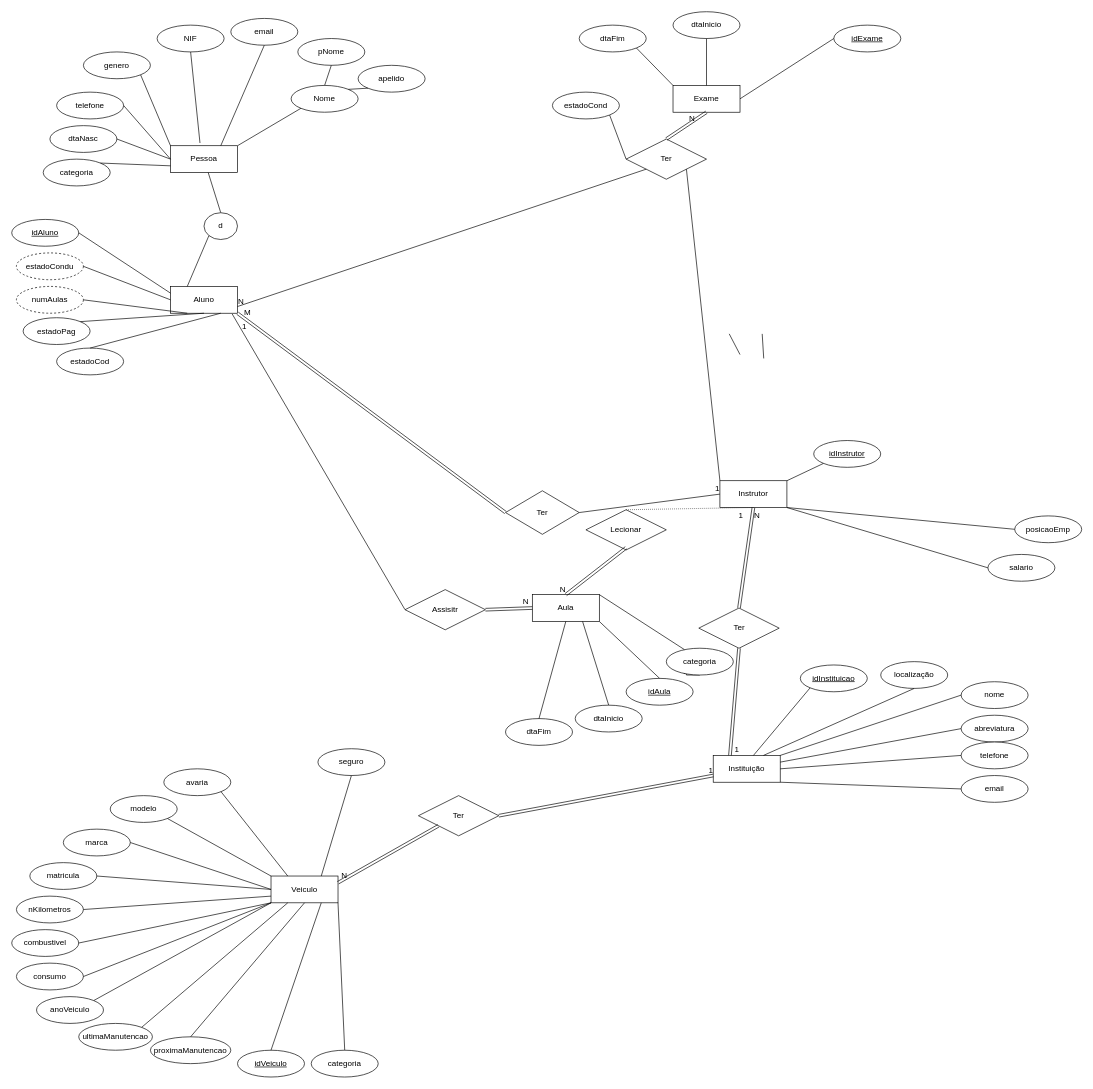
This is IPLDrive.drawio from MarcoPadeiroIPL/ProjetoBD, a draw.io file, before an edit. Source tidied: cells renumbered, new cells numbered last; positions are measured from the earlier drawing's top-left corner, leaving out a move shared by most shapes. Both pictures are drawn from the tidied source at 67%, with x=0, y=0 at pixel (11, 11).
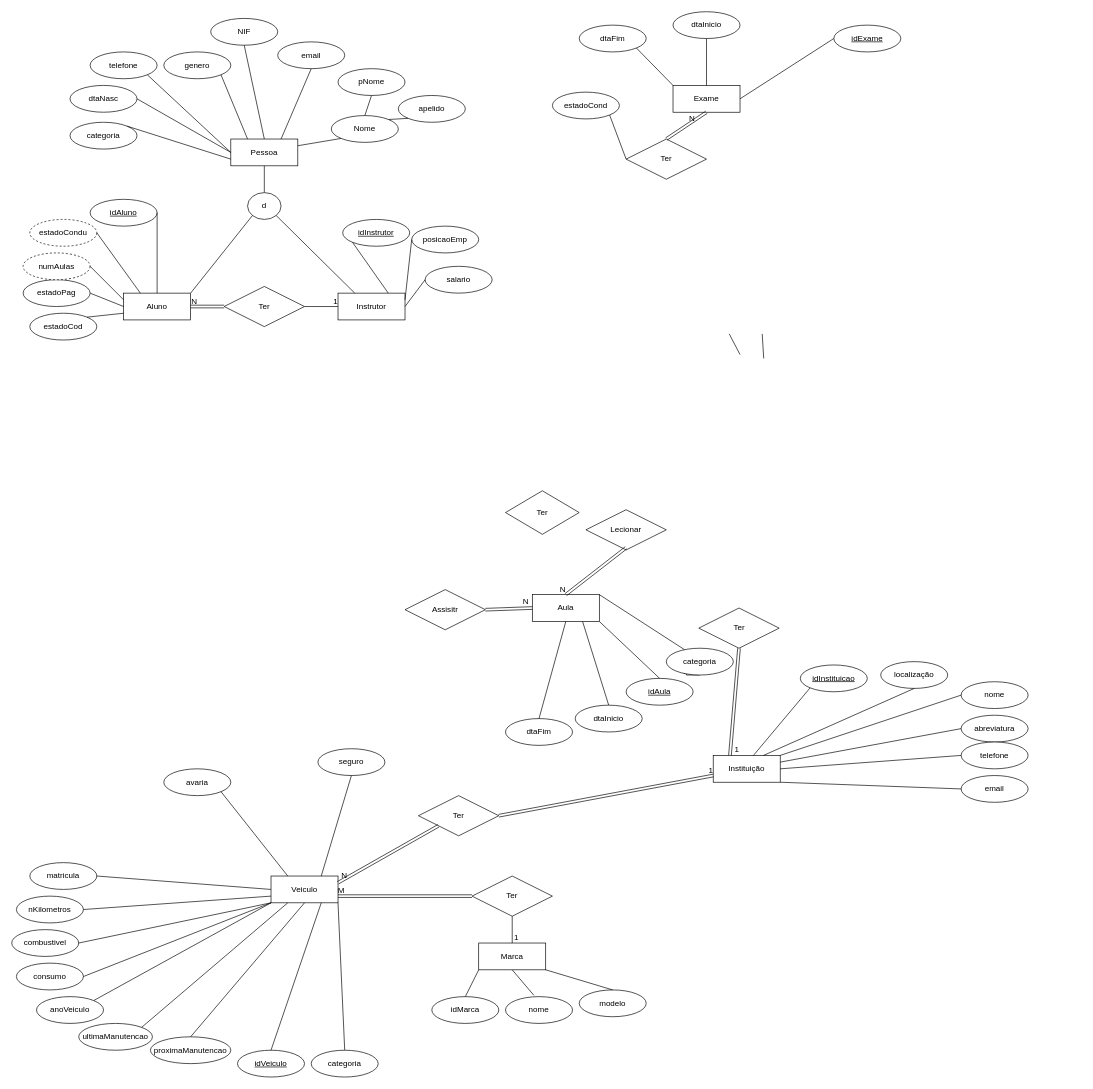
The same diagram, later.

Commit message:
pequenas alteracoes ao desenho

The change refers to these unchanged cells:
```xml
<mxCell id="4" value="Veiculo" style="whiteSpace=wrap;html=1;align=center;" parent="1" vertex="1">
  <mxGeometry x="387" y="1290" width="100" height="40" as="geometry" />
</mxCell>
<mxCell id="16" value="Ter" style="shape=rhombus;perimeter=rhombusPerimeter;whiteSpace=wrap;html=1;align=center;" parent="1" vertex="1">
  <mxGeometry x="737" y="715" width="110" height="65" as="geometry" />
</mxCell>
<mxCell id="57" value="Lecionar" style="shape=rhombus;perimeter=rhombusPerimeter;whiteSpace=wrap;html=1;align=center;" parent="1" vertex="1">
  <mxGeometry x="857" y="743.3" width="120" height="60" as="geometry" />
</mxCell>
<mxCell id="72" value="Ter" style="shape=rhombus;perimeter=rhombusPerimeter;whiteSpace=wrap;html=1;align=center;" parent="1" vertex="1">
  <mxGeometry x="1025.5" y="890" width="120" height="60" as="geometry" />
</mxCell>
<mxCell id="91" value="Ter" style="shape=rhombus;perimeter=rhombusPerimeter;whiteSpace=wrap;html=1;align=center;" parent="1" vertex="1">
  <mxGeometry x="917" y="190" width="120" height="60" as="geometry" />
</mxCell>
<mxCell id="92" style="shape=link;html=1;rounded=0;exitX=0.5;exitY=1;exitDx=0;exitDy=0;entryX=0.5;entryY=0;entryDx=0;entryDy=0;" parent="1" edge="1" source="80" target="91">
  <mxGeometry relative="1" as="geometry" />
</mxCell>
<mxCell id="104" value="Assisitr" style="shape=rhombus;perimeter=rhombusPerimeter;whiteSpace=wrap;html=1;align=center;" parent="1" vertex="1">
  <mxGeometry x="587" y="862.5" width="120" height="60" as="geometry" />
</mxCell>
```

The edit, as a diff of the source:
```diff
@@
     <mxCell id="2" value="Aluno" style="whiteSpace=wrap;html=1;align=center;" parent="1" vertex="1">
-      <mxGeometry x="237" y="410" width="100" height="40" as="geometry" />
+      <mxGeometry x="167" y="420" width="100" height="40" as="geometry" />
     </mxCell>
     <mxCell id="3" value="Instrutor" style="whiteSpace=wrap;html=1;align=center;" parent="1" vertex="1">
-      <mxGeometry x="1057" y="700" width="100" height="40" as="geometry" />
+      <mxGeometry x="487" y="420" width="100" height="40" as="geometry" />
     </mxCell>
@@
     <mxCell id="6" value="idAluno" style="ellipse;whiteSpace=wrap;html=1;align=center;fontStyle=4;" parent="1" vertex="1">
-      <mxGeometry y="310" width="100" height="40" as="geometry" />
+      <mxGeometry x="117" y="280" width="100" height="40" as="geometry" />
     </mxCell>
-    <mxCell id="7" style="endArrow=none;html=1;rounded=0;entryX=0;entryY=0.25;entryDx=0;entryDy=0;exitX=1;exitY=0.5;exitDx=0;exitDy=0;" parent="1" edge="1" source="6" target="2">
+    <mxCell id="7" style="endArrow=none;html=1;rounded=0;entryX=0.5;entryY=0;entryDx=0;entryDy=0;exitX=1;exitY=0.5;exitDx=0;exitDy=0;" parent="1" edge="1" source="6" target="2">
       <mxGeometry relative="1" as="geometry" />
     </mxCell>
     <mxCell id="8" value="estadoCod" style="ellipse;whiteSpace=wrap;html=1;align=center;" parent="1" vertex="1">
-      <mxGeometry x="67" y="502" width="100" height="40" as="geometry" />
+      <mxGeometry x="27" y="450" width="100" height="40" as="geometry" />
     </mxCell>
     <mxCell id="9" value="estadoPag" style="ellipse;whiteSpace=wrap;html=1;align=center;" parent="1" vertex="1">
-      <mxGeometry x="17" y="456.7" width="100" height="40" as="geometry" />
+      <mxGeometry x="17" y="400" width="100" height="40" as="geometry" />
     </mxCell>
     <mxCell id="10" value="numAulas" style="ellipse;whiteSpace=wrap;html=1;align=center;dashed=1;" parent="1" vertex="1">
-      <mxGeometry x="7" y="410" width="100" height="40" as="geometry" />
+      <mxGeometry x="17" y="360" width="100" height="40" as="geometry" />
     </mxCell>
-    <mxCell id="11" style="endArrow=none;html=1;rounded=0;exitX=1;exitY=0.5;exitDx=0;exitDy=0;entryX=0.25;entryY=1;entryDx=0;entryDy=0;" parent="1" edge="1" source="10" target="2">
+    <mxCell id="11" style="endArrow=none;html=1;rounded=0;exitX=1;exitY=0.5;exitDx=0;exitDy=0;entryX=0;entryY=0.25;entryDx=0;entryDy=0;" parent="1" edge="1" source="10" target="2">
       <mxGeometry relative="1" as="geometry" />
     </mxCell>
-    <mxCell id="12" style="endArrow=none;html=1;rounded=0;exitX=1;exitY=0;exitDx=0;exitDy=0;entryX=0.5;entryY=1;entryDx=0;entryDy=0;" parent="1" edge="1" source="9" target="2">
+    <mxCell id="12" style="endArrow=none;html=1;rounded=0;exitX=1;exitY=0.5;exitDx=0;exitDy=0;entryX=0;entryY=0.5;entryDx=0;entryDy=0;" parent="1" edge="1" source="9" target="2">
       <mxGeometry relative="1" as="geometry" />
     </mxCell>
-    <mxCell id="13" style="endArrow=none;html=1;rounded=0;exitX=0.75;exitY=1;exitDx=0;exitDy=0;entryX=0.5;entryY=0;entryDx=0;entryDy=0;" parent="1" edge="1" source="2" target="8">
+    <mxCell id="13" style="endArrow=none;html=1;rounded=0;exitX=0;exitY=0.75;exitDx=0;exitDy=0;entryX=1;entryY=0;entryDx=0;entryDy=0;" parent="1" edge="1" source="2" target="8">
       <mxGeometry relative="1" as="geometry" />
     </mxCell>
@@
-    <mxCell id="17" style="shape=link;html=1;rounded=0;exitX=1;exitY=1;exitDx=0;exitDy=0;entryX=0;entryY=0.5;entryDx=0;entryDy=0;" parent="1" edge="1" source="2" target="16">
-      <mxGeometry relative="1" as="geometry" />
-    </mxCell>
-    <mxCell id="18" value="N" style="html=1;align=right;verticalAlign=bottom;" parent="17" vertex="1">
-      <mxGeometry x="1" relative="1" as="geometry">
-        <mxPoint x="-390" y="-308" as="offset" />
-      </mxGeometry>
-    </mxCell>
-    <mxCell id="19" style="endArrow=none;html=1;rounded=0;entryX=0;entryY=0.5;entryDx=0;entryDy=0;exitX=1;exitY=0.5;exitDx=0;exitDy=0;" parent="1" edge="1" source="16" target="3">
-      <mxGeometry relative="1" as="geometry" />
-    </mxCell>
-    <mxCell id="20" value="1" style="html=1;align=right;verticalAlign=bottom;" parent="19" vertex="1">
-      <mxGeometry x="1" relative="1" as="geometry" />
-    </mxCell>
     <mxCell id="21" value="salario" style="ellipse;whiteSpace=wrap;html=1;align=center;" parent="1" vertex="1">
-      <mxGeometry x="1457" y="810" width="100" height="40" as="geometry" />
+      <mxGeometry x="617" y="380" width="100" height="40" as="geometry" />
     </mxCell>
     <mxCell id="22" value="posicaoEmp" style="ellipse;whiteSpace=wrap;html=1;align=center;" parent="1" vertex="1">
-      <mxGeometry x="1497" y="752.5" width="100" height="40" as="geometry" />
+      <mxGeometry x="597" y="320" width="100" height="40" as="geometry" />
     </mxCell>
     <mxCell id="23" value="idInstrutor" style="ellipse;whiteSpace=wrap;html=1;align=center;fontStyle=4;" parent="1" vertex="1">
-      <mxGeometry x="1197" y="640" width="100" height="40" as="geometry" />
+      <mxGeometry x="494" y="310" width="100" height="40" as="geometry" />
     </mxCell>
-    <mxCell id="24" style="endArrow=none;html=1;rounded=0;exitX=1;exitY=0;exitDx=0;exitDy=0;entryX=0;entryY=1;entryDx=0;entryDy=0;" parent="1" edge="1" source="3" target="23">
+    <mxCell id="24" style="endArrow=none;html=1;rounded=0;exitX=0.75;exitY=0;exitDx=0;exitDy=0;entryX=0;entryY=1;entryDx=0;entryDy=0;" parent="1" edge="1" source="3" target="23">
       <mxGeometry relative="1" as="geometry" />
     </mxCell>
-    <mxCell id="25" style="endArrow=none;html=1;rounded=0;exitX=1;exitY=1;exitDx=0;exitDy=0;entryX=0;entryY=0.5;entryDx=0;entryDy=0;" parent="1" edge="1" source="3" target="22">
+    <mxCell id="25" style="endArrow=none;html=1;rounded=0;exitX=1;exitY=0.25;exitDx=0;exitDy=0;entryX=0;entryY=0.5;entryDx=0;entryDy=0;" parent="1" edge="1" source="3" target="22">
       <mxGeometry relative="1" as="geometry" />
     </mxCell>
-    <mxCell id="26" style="endArrow=none;html=1;rounded=0;exitX=1;exitY=1;exitDx=0;exitDy=0;entryX=0;entryY=0.5;entryDx=0;entryDy=0;" parent="1" edge="1" source="3" target="21">
+    <mxCell id="26" style="endArrow=none;html=1;rounded=0;exitX=1;exitY=0.5;exitDx=0;exitDy=0;entryX=0;entryY=0.5;entryDx=0;entryDy=0;" parent="1" edge="1" source="3" target="21">
       <mxGeometry relative="1" as="geometry" />
     </mxCell>
@@
-    <mxCell id="28" value="marca" style="ellipse;whiteSpace=wrap;html=1;align=center;" parent="1" vertex="1">
-      <mxGeometry x="77" y="1220" width="100" height="40" as="geometry" />
-    </mxCell>
-    <mxCell id="29" value="modelo" style="ellipse;whiteSpace=wrap;html=1;align=center;" parent="1" vertex="1">
-      <mxGeometry x="147" y="1170" width="100" height="40" as="geometry" />
-    </mxCell>
@@
-    <mxCell id="45" style="endArrow=none;html=1;rounded=0;exitX=1;exitY=1;exitDx=0;exitDy=0;entryX=0;entryY=0;entryDx=0;entryDy=0;" parent="1" edge="1" source="29" target="4">
-      <mxGeometry relative="1" as="geometry" />
-    </mxCell>
-    <mxCell id="46" style="endArrow=none;html=1;rounded=0;exitX=1;exitY=0.5;exitDx=0;exitDy=0;entryX=0;entryY=0.5;entryDx=0;entryDy=0;" parent="1" edge="1" source="28" target="4">
-      <mxGeometry relative="1" as="geometry" />
-    </mxCell>
@@
-    <mxCell id="60" style="endArrow=none;html=1;rounded=0;dashed=1;dashPattern=1 2;exitX=0.5;exitY=0;exitDx=0;exitDy=0;entryX=0.5;entryY=1;entryDx=0;entryDy=0;" parent="1" edge="1" source="57" target="3">
-      <mxGeometry relative="1" as="geometry" />
-    </mxCell>
-    <mxCell id="61" value="N" style="html=1;align=right;verticalAlign=bottom;" parent="60" vertex="1">
-      <mxGeometry x="1" relative="1" as="geometry">
-        <mxPoint x="10" y="20" as="offset" />
-      </mxGeometry>
-    </mxCell>
@@
-    <mxCell id="73" style="shape=link;html=1;rounded=0;exitX=0.5;exitY=1;exitDx=0;exitDy=0;entryX=0.5;entryY=0;entryDx=0;entryDy=0;" parent="1" edge="1" source="3" target="72">
-      <mxGeometry relative="1" as="geometry" />
-    </mxCell>
@@
-    <mxCell id="93" value="M" style="html=1;align=right;verticalAlign=bottom;" parent="92" vertex="1">
-      <mxGeometry x="1" relative="1" as="geometry">
-        <mxPoint x="-620" y="267" as="offset" />
-      </mxGeometry>
-    </mxCell>
-    <mxCell id="94" style="endArrow=none;html=1;rounded=0;entryX=0;entryY=1;entryDx=0;entryDy=0;exitX=1;exitY=0.75;exitDx=0;exitDy=0;" parent="1" edge="1" source="2" target="91">
-      <mxGeometry relative="1" as="geometry" />
-    </mxCell>
-    <mxCell id="95" style="endArrow=none;html=1;rounded=0;exitX=1;exitY=1;exitDx=0;exitDy=0;entryX=0;entryY=0;entryDx=0;entryDy=0;" parent="1" edge="1" source="91" target="3">
-      <mxGeometry relative="1" as="geometry" />
-    </mxCell>
@@
-    <mxCell id="101" value="1" style="html=1;align=right;verticalAlign=bottom;" parent="1" vertex="1">
-      <mxGeometry x="1127.1" y="772.5" as="geometry">
-        <mxPoint x="-35" y="-13" as="offset" />
-      </mxGeometry>
-    </mxCell>
@@
-    <mxCell id="103" style="endArrow=none;html=1;rounded=0;exitX=0.92;exitY=1.025;exitDx=0;exitDy=0;entryX=0;entryY=0.5;entryDx=0;entryDy=0;exitPerimeter=0;" parent="1" edge="1" source="2" target="104">
-      <mxGeometry relative="1" as="geometry" />
-    </mxCell>
@@
-    <mxCell id="107" value="1" style="html=1;align=right;verticalAlign=bottom;" parent="1" vertex="1">
-      <mxGeometry x="367" y="471.7" as="geometry">
-        <mxPoint x="-16" y="6" as="offset" />
-      </mxGeometry>
-    </mxCell>
     <mxCell id="108" value="estadoCondu" style="ellipse;whiteSpace=wrap;html=1;align=center;dashed=1;" parent="1" vertex="1">
-      <mxGeometry x="7" y="360" width="100" height="40" as="geometry" />
+      <mxGeometry x="27" y="310" width="100" height="40" as="geometry" />
     </mxCell>
-    <mxCell id="109" style="endArrow=none;html=1;rounded=0;exitX=1;exitY=0.5;exitDx=0;exitDy=0;entryX=0;entryY=0.5;entryDx=0;entryDy=0;" parent="1" edge="1" source="108" target="2">
+    <mxCell id="109" style="endArrow=none;html=1;rounded=0;exitX=1;exitY=0.5;exitDx=0;exitDy=0;entryX=0.25;entryY=0;entryDx=0;entryDy=0;" parent="1" edge="1" source="108" target="2">
       <mxGeometry relative="1" as="geometry" />
     </mxCell>
@@
     <mxCell id="112" value="Pessoa" style="whiteSpace=wrap;html=1;align=center;" parent="1" vertex="1">
-      <mxGeometry x="237" y="200" width="100" height="40" as="geometry" />
+      <mxGeometry x="327" y="190" width="100" height="40" as="geometry" />
     </mxCell>
     <mxCell id="113" value="Nome" style="ellipse;whiteSpace=wrap;html=1;align=center;" parent="1" vertex="1">
-      <mxGeometry x="417" y="110" width="100" height="40" as="geometry" />
+      <mxGeometry x="477" y="155" width="100" height="40" as="geometry" />
     </mxCell>
     <mxCell id="114" value="pNome" style="ellipse;whiteSpace=wrap;html=1;align=center;" parent="1" vertex="1">
-      <mxGeometry x="427" y="40" width="100" height="40" as="geometry" />
+      <mxGeometry x="487" y="85" width="100" height="40" as="geometry" />
     </mxCell>
     <mxCell id="115" value="apelido" style="ellipse;whiteSpace=wrap;html=1;align=center;" parent="1" vertex="1">
-      <mxGeometry x="517" y="80" width="100" height="40" as="geometry" />
+      <mxGeometry x="577" y="125" width="100" height="40" as="geometry" />
     </mxCell>
     <mxCell id="116" value="email" style="ellipse;whiteSpace=wrap;html=1;align=center;" parent="1" vertex="1">
-      <mxGeometry x="327" y="10" width="100" height="40" as="geometry" />
+      <mxGeometry x="397" y="45" width="100" height="40" as="geometry" />
     </mxCell>
     <mxCell id="117" value="NIF" style="ellipse;whiteSpace=wrap;html=1;align=center;" parent="1" vertex="1">
-      <mxGeometry x="217" y="20" width="100" height="40" as="geometry" />
+      <mxGeometry x="297" y="10" width="100" height="40" as="geometry" />
     </mxCell>
     <mxCell id="118" value="genero" style="ellipse;whiteSpace=wrap;html=1;align=center;" parent="1" vertex="1">
-      <mxGeometry x="107" y="60" width="100" height="40" as="geometry" />
+      <mxGeometry x="227" y="60" width="100" height="40" as="geometry" />
     </mxCell>
     <mxCell id="119" value="telefone" style="ellipse;whiteSpace=wrap;html=1;align=center;" parent="1" vertex="1">
-      <mxGeometry x="67" y="120" width="100" height="40" as="geometry" />
+      <mxGeometry x="117" y="60" width="100" height="40" as="geometry" />
     </mxCell>
     <mxCell id="120" value="dtaNasc" style="ellipse;whiteSpace=wrap;html=1;align=center;" parent="1" vertex="1">
-      <mxGeometry x="57" y="170" width="100" height="40" as="geometry" />
+      <mxGeometry x="87" y="110" width="100" height="40" as="geometry" />
     </mxCell>
     <mxCell id="121" value="categoria" style="ellipse;whiteSpace=wrap;html=1;align=center;" parent="1" vertex="1">
-      <mxGeometry x="47" y="220" width="100" height="40" as="geometry" />
+      <mxGeometry x="87" y="165" width="100" height="40" as="geometry" />
     </mxCell>
@@
-    <mxCell id="123" style="endArrow=none;html=1;rounded=0;exitX=0;exitY=1;exitDx=0;exitDy=0;entryX=1;entryY=0;entryDx=0;entryDy=0;" parent="1" edge="1" source="113" target="112">
+    <mxCell id="123" style="endArrow=none;html=1;rounded=0;exitX=0;exitY=1;exitDx=0;exitDy=0;entryX=1;entryY=0.25;entryDx=0;entryDy=0;" parent="1" edge="1" source="113" target="112">
       <mxGeometry relative="1" as="geometry" />
     </mxCell>
@@
-    <mxCell id="126" style="endArrow=none;html=1;rounded=0;exitX=0.5;exitY=1;exitDx=0;exitDy=0;entryX=0.44;entryY=-0.1;entryDx=0;entryDy=0;entryPerimeter=0;" parent="1" edge="1" source="117" target="112">
+    <mxCell id="126" style="endArrow=none;html=1;rounded=0;exitX=0.5;exitY=1;exitDx=0;exitDy=0;entryX=0.5;entryY=0;entryDx=0;entryDy=0;" parent="1" edge="1" source="117" target="112">
       <mxGeometry relative="1" as="geometry" />
     </mxCell>
-    <mxCell id="127" style="endArrow=none;html=1;rounded=0;exitX=1;exitY=1;exitDx=0;exitDy=0;" parent="1" edge="1" source="118">
-      <mxGeometry relative="1" as="geometry">
-        <mxPoint x="237" y="200" as="targetPoint" />
-      </mxGeometry>
+    <mxCell id="127" style="endArrow=none;html=1;rounded=0;exitX=1;exitY=1;exitDx=0;exitDy=0;entryX=0.25;entryY=0;entryDx=0;entryDy=0;" parent="1" edge="1" source="118" target="112">
+      <mxGeometry relative="1" as="geometry" />
     </mxCell>
-    <mxCell id="128" style="endArrow=none;html=1;rounded=0;exitX=1;exitY=0.5;exitDx=0;exitDy=0;entryX=0;entryY=0.5;entryDx=0;entryDy=0;" parent="1" edge="1" source="119" target="112">
+    <mxCell id="128" style="endArrow=none;html=1;rounded=0;exitX=1;exitY=1;exitDx=0;exitDy=0;entryX=0;entryY=0.5;entryDx=0;entryDy=0;" parent="1" edge="1" source="119" target="112">
       <mxGeometry relative="1" as="geometry" />
     </mxCell>
@@
     <mxCell id="132" value="d" style="ellipse;whiteSpace=wrap;html=1;align=center;" parent="1" vertex="1">
-      <mxGeometry x="287" y="300" width="50" height="40" as="geometry" />
+      <mxGeometry x="352" y="270" width="50" height="40" as="geometry" />
     </mxCell>
-    <mxCell id="133" style="endArrow=none;html=1;rounded=0;exitX=0;exitY=1;exitDx=0;exitDy=0;entryX=0.25;entryY=0;entryDx=0;entryDy=0;" parent="1" edge="1" source="132" target="2">
+    <mxCell id="133" style="endArrow=none;html=1;rounded=0;exitX=0;exitY=1;exitDx=0;exitDy=0;entryX=1;entryY=0;entryDx=0;entryDy=0;" parent="1" edge="1" source="132" target="2">
       <mxGeometry relative="1" as="geometry" />
     </mxCell>
+    <mxCell id="134" style="endArrow=none;html=1;rounded=0;exitX=1;exitY=1;exitDx=0;exitDy=0;entryX=0.25;entryY=0;entryDx=0;entryDy=0;" parent="1" edge="1" source="132" target="3">
+      <mxGeometry relative="1" as="geometry" />
+    </mxCell>
+    <mxCell id="135" value="Ter" style="shape=rhombus;perimeter=rhombusPerimeter;whiteSpace=wrap;html=1;align=center;" parent="1" vertex="1">
+      <mxGeometry x="317" y="410" width="120" height="60" as="geometry" />
+    </mxCell>
+    <mxCell id="136" style="endArrow=none;html=1;rounded=0;exitX=1;exitY=0.5;exitDx=0;exitDy=0;entryX=0;entryY=0.5;entryDx=0;entryDy=0;" parent="1" edge="1" source="135" target="3">
+      <mxGeometry relative="1" as="geometry" />
+    </mxCell>
+    <mxCell id="137" value="1" style="html=1;align=right;verticalAlign=bottom;" parent="136" vertex="1">
+      <mxGeometry x="1" relative="1" as="geometry" />
+    </mxCell>
+    <mxCell id="138" style="shape=link;html=1;rounded=0;entryX=1;entryY=0.5;entryDx=0;entryDy=0;exitX=0;exitY=0.5;exitDx=0;exitDy=0;" parent="1" edge="1" source="135" target="2">
+      <mxGeometry relative="1" as="geometry" />
+    </mxCell>
+    <mxCell id="139" value="N" style="html=1;align=right;verticalAlign=bottom;" parent="138" vertex="1">
+      <mxGeometry x="1" relative="1" as="geometry">
+        <mxPoint x="10" as="offset" />
+      </mxGeometry>
+    </mxCell>
+    <mxCell id="140" value="Marca" style="whiteSpace=wrap;html=1;align=center;" parent="1" vertex="1">
+      <mxGeometry x="697" y="1390" width="100" height="40" as="geometry" />
+    </mxCell>
+    <mxCell id="141" value="idMarca" style="ellipse;whiteSpace=wrap;html=1;align=center;" parent="1" vertex="1">
+      <mxGeometry x="627" y="1470" width="100" height="40" as="geometry" />
+    </mxCell>
+    <mxCell id="142" value="nome" style="ellipse;whiteSpace=wrap;html=1;align=center;" parent="1" vertex="1">
+      <mxGeometry x="737" y="1470" width="100" height="40" as="geometry" />
+    </mxCell>
+    <mxCell id="29" value="modelo" style="ellipse;whiteSpace=wrap;html=1;align=center;" parent="1" vertex="1">
+      <mxGeometry x="847" y="1460" width="100" height="40" as="geometry" />
+    </mxCell>
+    <mxCell id="143" style="endArrow=none;html=1;rounded=0;exitX=0.5;exitY=0;exitDx=0;exitDy=0;entryX=0;entryY=1;entryDx=0;entryDy=0;" parent="1" edge="1" source="141" target="140">
+      <mxGeometry relative="1" as="geometry" />
+    </mxCell>
+    <mxCell id="144" style="endArrow=none;html=1;rounded=0;exitX=0.423;exitY=-0.049;exitDx=0;exitDy=0;exitPerimeter=0;entryX=0.5;entryY=1;entryDx=0;entryDy=0;" parent="1" edge="1" source="142" target="140">
+      <mxGeometry relative="1" as="geometry" />
+    </mxCell>
+    <mxCell id="145" style="endArrow=none;html=1;rounded=0;exitX=1;exitY=1;exitDx=0;exitDy=0;entryX=0.5;entryY=0;entryDx=0;entryDy=0;" parent="1" edge="1" source="140" target="29">
+      <mxGeometry relative="1" as="geometry" />
+    </mxCell>
+    <mxCell id="146" value="Ter" style="shape=rhombus;perimeter=rhombusPerimeter;whiteSpace=wrap;html=1;align=center;" parent="1" vertex="1">
+      <mxGeometry x="687" y="1290" width="120" height="60" as="geometry" />
+    </mxCell>
+    <mxCell id="147" style="shape=link;html=1;rounded=0;exitX=0;exitY=0.5;exitDx=0;exitDy=0;entryX=1;entryY=0.75;entryDx=0;entryDy=0;" parent="1" edge="1" source="146" target="4">
+      <mxGeometry relative="1" as="geometry" />
+    </mxCell>
+    <mxCell id="93" value="M" style="html=1;align=right;verticalAlign=bottom;" parent="147" vertex="1">
+      <mxGeometry x="1" relative="1" as="geometry">
+        <mxPoint x="10" as="offset" />
+      </mxGeometry>
+    </mxCell>
+    <mxCell id="148" style="endArrow=none;html=1;rounded=0;exitX=0.5;exitY=1;exitDx=0;exitDy=0;entryX=0.5;entryY=0;entryDx=0;entryDy=0;" parent="1" edge="1" source="146" target="140">
+      <mxGeometry relative="1" as="geometry" />
+    </mxCell>
+    <mxCell id="149" value="1" style="html=1;align=right;verticalAlign=bottom;" parent="148" vertex="1">
+      <mxGeometry x="1" relative="1" as="geometry">
+        <mxPoint x="10" as="offset" />
+      </mxGeometry>
+    </mxCell>
```
